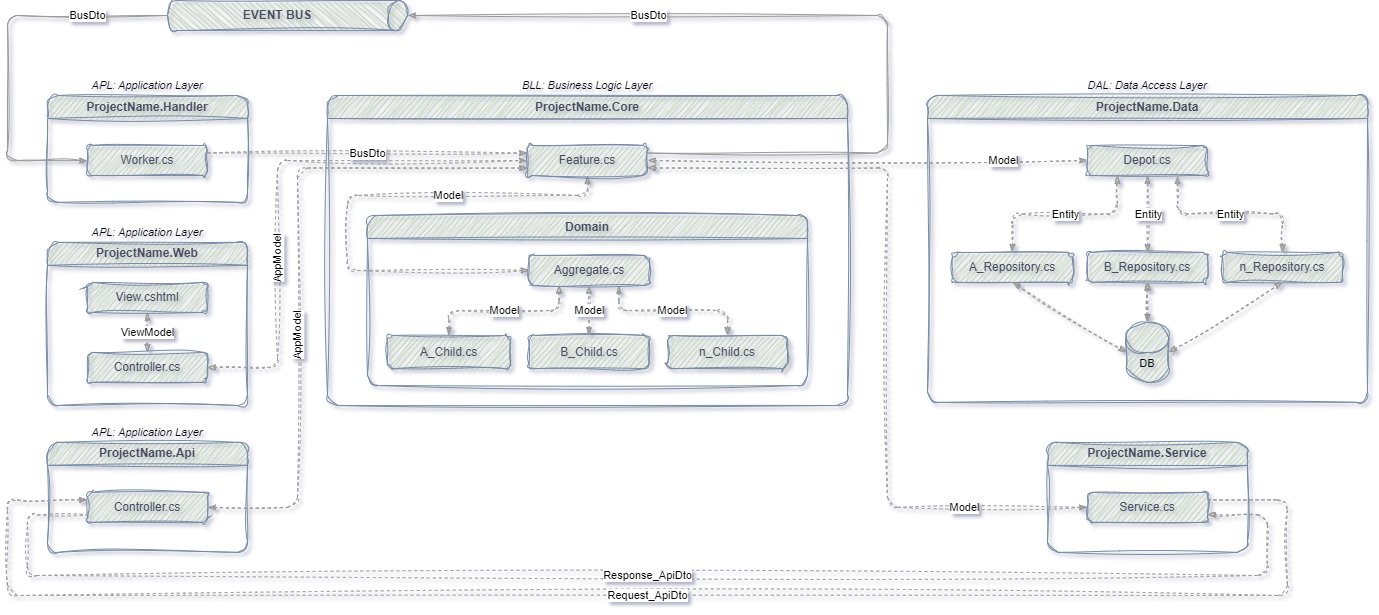
Earlier version of the draw.io export docs/SolutionArchitecture.png (iDoctor1977/MicroServicesTemplate). Source tidied: cells renumbered, new cells last; positions are measured from the earlier drawing's top-left corner, leaving out a move shared by most shapes.
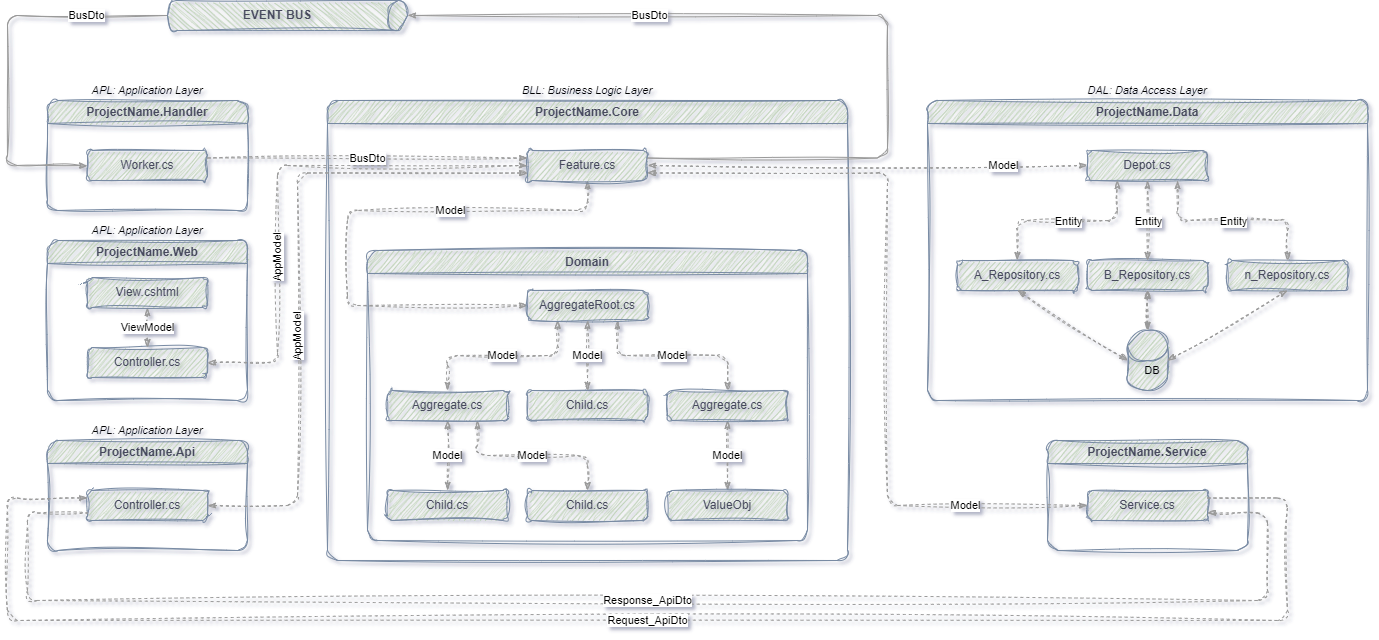
The same file after the commit.

Change to the diagram source:
```diff
@@ -5,3 +5,3 @@
     <mxCell id="2" value="ProjectName.Handler" style="swimlane;whiteSpace=wrap;html=1;fillColor=#B2C9AB;strokeColor=#788AA3;labelBackgroundColor=none;fontColor=#46495D;rounded=1;fontFamily=Helvetica;sketch=1;curveFitting=1;jiggle=2;" parent="1" vertex="1">
-      <mxGeometry x="40" y="95" width="200" height="106.9" as="geometry" />
+      <mxGeometry x="-640" y="135" width="200" height="110" as="geometry" />
     </mxCell>
@@ -11,3 +11,3 @@
     <mxCell id="4" value="ProjectName.Core" style="swimlane;whiteSpace=wrap;html=1;labelBackgroundColor=none;fillColor=#B2C9AB;strokeColor=#788AA3;fontColor=#46495D;rounded=1;fontFamily=Helvetica;sketch=1;curveFitting=1;jiggle=2;" parent="1" vertex="1">
-      <mxGeometry x="320" y="95" width="520" height="310" as="geometry" />
+      <mxGeometry x="-360" y="135" width="520" height="460" as="geometry" />
     </mxCell>
@@ -16,5 +16,5 @@
         <Array as="points">
-          <mxPoint x="260" y="100" />
-          <mxPoint x="20" y="100" />
-          <mxPoint x="20" y="175" />
+          <mxPoint x="260" y="110" />
+          <mxPoint x="20" y="110" />
+          <mxPoint x="20" y="205" />
         </Array>
@@ -29,3 +29,3 @@
     <mxCell id="8" value="Domain" style="swimlane;whiteSpace=wrap;html=1;fillColor=#B2C9AB;strokeColor=#788AA3;labelBackgroundColor=none;fontColor=#46495D;rounded=1;fontFamily=Helvetica;align=center;labelPosition=center;verticalLabelPosition=middle;verticalAlign=middle;spacingLeft=0;swimlaneLine=1;sketch=1;curveFitting=1;jiggle=2;" parent="4" vertex="1">
-      <mxGeometry x="40" y="120" width="440" height="170" as="geometry" />
+      <mxGeometry x="40" y="150" width="440" height="290" as="geometry" />
     </mxCell>
@@ -37,13 +37,22 @@
     </mxCell>
-    <mxCell id="11" value="Aggregate.cs" style="rounded=1;whiteSpace=wrap;html=1;labelBackgroundColor=none;fillColor=#B2C9AB;strokeColor=#788AA3;fontColor=#46495D;fillStyle=auto;fontFamily=Helvetica;sketch=1;curveFitting=1;jiggle=2;" parent="8" vertex="1">
-      <mxGeometry x="161.5" y="40" width="120" height="30" as="geometry" />
+    <mxCell id="11" value="AggregateRoot.cs" style="rounded=1;whiteSpace=wrap;html=1;labelBackgroundColor=none;fillColor=#B2C9AB;strokeColor=#788AA3;fontColor=#46495D;fillStyle=auto;fontFamily=Helvetica;sketch=1;curveFitting=1;jiggle=2;" parent="8" vertex="1">
+      <mxGeometry x="160" y="40" width="120" height="30" as="geometry" />
     </mxCell>
-    <mxCell id="12" value="B_Child.cs" style="rounded=1;whiteSpace=wrap;html=1;labelBackgroundColor=none;fillColor=#B2C9AB;strokeColor=#788AA3;fontColor=#46495D;fontFamily=Helvetica;sketch=1;curveFitting=1;jiggle=2;" parent="8" vertex="1">
-      <mxGeometry x="161.5" y="120" width="120" height="33.1" as="geometry" />
+    <mxCell id="12" value="Child.cs" style="rounded=1;whiteSpace=wrap;html=1;labelBackgroundColor=none;fillColor=#B2C9AB;strokeColor=#788AA3;fontColor=#46495D;fontFamily=Helvetica;sketch=1;curveFitting=1;jiggle=2;" parent="8" vertex="1">
+      <mxGeometry x="160" y="140" width="120" height="30" as="geometry" />
     </mxCell>
+    <mxCell id="58" value="Model" style="edgeStyle=orthogonalEdgeStyle;shape=connector;rounded=1;jettySize=auto;html=1;dashed=1;labelBackgroundColor=default;strokeColor=#999999;align=center;verticalAlign=middle;fontFamily=Helvetica;fontSize=11;fontColor=default;startArrow=classicThin;startFill=1;endArrow=classicThin;endFill=1;sketch=1;curveFitting=1;jiggle=2;" parent="8" edge="1" source="13" target="63">
+      <mxGeometry relative="1" as="geometry" />
+    </mxCell>
-    <mxCell id="13" value="n_Child.cs" style="rounded=1;whiteSpace=wrap;html=1;labelBackgroundColor=none;fillColor=#B2C9AB;strokeColor=#788AA3;fontColor=#46495D;fontFamily=Helvetica;sketch=1;curveFitting=1;jiggle=2;" parent="8" vertex="1">
-      <mxGeometry x="300" y="120" width="120" height="33.1" as="geometry" />
+    <mxCell id="13" value="Aggregate.cs" style="rounded=1;whiteSpace=wrap;html=1;labelBackgroundColor=none;fillColor=#B2C9AB;strokeColor=#788AA3;fontColor=#46495D;fontFamily=Helvetica;sketch=1;curveFitting=1;jiggle=2;" parent="8" vertex="1">
+      <mxGeometry x="300" y="140" width="120" height="30" as="geometry" />
     </mxCell>
+    <mxCell id="59" value="Model" style="edgeStyle=orthogonalEdgeStyle;shape=connector;rounded=1;jettySize=auto;html=1;dashed=1;labelBackgroundColor=default;strokeColor=#999999;align=center;verticalAlign=middle;fontFamily=Helvetica;fontSize=11;fontColor=default;startArrow=classicThin;startFill=1;endArrow=classicThin;endFill=1;sketch=1;curveFitting=1;jiggle=2;" parent="8" edge="1" source="14" target="61">
+      <mxGeometry relative="1" as="geometry" />
+    </mxCell>
+    <mxCell id="60" value="Model" style="edgeStyle=orthogonalEdgeStyle;shape=connector;rounded=1;jettySize=auto;html=1;exitX=0.75;exitY=1;exitDx=0;exitDy=0;entryX=0.5;entryY=0;entryDx=0;entryDy=0;dashed=1;labelBackgroundColor=default;strokeColor=#999999;align=center;verticalAlign=middle;fontFamily=Helvetica;fontSize=11;fontColor=default;startArrow=classicThin;startFill=1;endArrow=classicThin;endFill=1;sketch=1;curveFitting=1;jiggle=2;" parent="8" edge="1" source="14" target="62">
+      <mxGeometry relative="1" as="geometry" />
+    </mxCell>
-    <mxCell id="14" value="A_Child.cs" style="rounded=1;whiteSpace=wrap;html=1;labelBackgroundColor=none;fillColor=#B2C9AB;strokeColor=#788AA3;fontColor=#46495D;fontFamily=Helvetica;sketch=1;curveFitting=1;jiggle=2;" parent="8" vertex="1">
-      <mxGeometry x="20" y="120" width="123" height="33.1" as="geometry" />
+    <mxCell id="14" value="Aggregate.cs" style="rounded=1;whiteSpace=wrap;html=1;labelBackgroundColor=none;fillColor=#B2C9AB;strokeColor=#788AA3;fontColor=#46495D;fontFamily=Helvetica;sketch=1;curveFitting=1;jiggle=2;" parent="8" vertex="1">
+      <mxGeometry x="20" y="140" width="120" height="30" as="geometry" />
     </mxCell>
@@ -52,4 +61,13 @@
     </mxCell>
+    <mxCell id="61" value="Child.cs" style="rounded=1;whiteSpace=wrap;html=1;labelBackgroundColor=none;fillColor=#B2C9AB;strokeColor=#788AA3;fontColor=#46495D;fontFamily=Helvetica;sketch=1;curveFitting=1;jiggle=2;" parent="8" vertex="1">
+      <mxGeometry x="20" y="240" width="120" height="30" as="geometry" />
+    </mxCell>
+    <mxCell id="62" value="Child.cs" style="rounded=1;whiteSpace=wrap;html=1;labelBackgroundColor=none;fillColor=#B2C9AB;strokeColor=#788AA3;fontColor=#46495D;fontFamily=Helvetica;sketch=1;curveFitting=1;jiggle=2;" parent="8" vertex="1">
+      <mxGeometry x="160" y="240" width="120" height="30" as="geometry" />
+    </mxCell>
+    <mxCell id="63" value="ValueObj" style="rounded=1;whiteSpace=wrap;html=1;labelBackgroundColor=none;fillColor=#B2C9AB;strokeColor=#788AA3;fontColor=#46495D;fontFamily=Helvetica;sketch=1;curveFitting=1;jiggle=2;" parent="8" vertex="1">
+      <mxGeometry x="300" y="240" width="120" height="30" as="geometry" />
+    </mxCell>
     <mxCell id="16" value="ProjectName.Data" style="swimlane;whiteSpace=wrap;html=1;labelBackgroundColor=none;fillColor=#B2C9AB;strokeColor=#788AA3;fontColor=#46495D;rounded=1;fontFamily=Helvetica;sketch=1;curveFitting=1;jiggle=2;" parent="1" vertex="1">
-      <mxGeometry x="920" y="95" width="440" height="306.9" as="geometry" />
+      <mxGeometry x="240" y="135" width="440" height="300" as="geometry" />
     </mxCell>
@@ -59,9 +77,9 @@
     <mxCell id="18" value="B_Repository.cs" style="rounded=1;whiteSpace=wrap;html=1;labelBackgroundColor=none;fillColor=#B2C9AB;strokeColor=#788AA3;fontColor=#46495D;fontFamily=Helvetica;sketch=1;curveFitting=1;jiggle=2;" parent="16" vertex="1">
-      <mxGeometry x="160" y="156.9" width="120" height="30" as="geometry" />
+      <mxGeometry x="160" y="160" width="120" height="30" as="geometry" />
     </mxCell>
     <mxCell id="19" value="n_Repository.cs" style="rounded=1;whiteSpace=wrap;html=1;labelBackgroundColor=none;fillColor=#B2C9AB;strokeColor=#788AA3;fontColor=#46495D;fontFamily=Helvetica;sketch=1;curveFitting=1;jiggle=2;" parent="16" vertex="1">
-      <mxGeometry x="295" y="156.9" width="120" height="30" as="geometry" />
+      <mxGeometry x="300" y="160" width="120" height="30" as="geometry" />
     </mxCell>
     <mxCell id="20" value="A_Repository.cs" style="rounded=1;whiteSpace=wrap;html=1;labelBackgroundColor=none;fillColor=#B2C9AB;strokeColor=#788AA3;fontColor=#46495D;fontFamily=Helvetica;sketch=1;curveFitting=1;jiggle=2;" parent="16" vertex="1">
-      <mxGeometry x="25" y="156.9" width="120" height="30" as="geometry" />
+      <mxGeometry x="30" y="160" width="120" height="30" as="geometry" />
     </mxCell>
@@ -71,3 +89,3 @@
     <mxCell id="22" style="shape=cylinder3;whiteSpace=wrap;html=1;boundedLbl=1;backgroundOutline=1;size=15;fontFamily=Helvetica;fontSize=11;fontColor=#46495D;labelBackgroundColor=none;fillColor=#B2C9AB;strokeColor=#788AA3;rounded=1;sketch=1;curveFitting=1;jiggle=2;" parent="16" vertex="1">
-      <mxGeometry x="198.8" y="226.9" width="42.5" height="60" as="geometry" />
+      <mxGeometry x="200" y="230" width="40" height="60" as="geometry" />
     </mxCell>
@@ -101,3 +119,3 @@
     <mxCell id="32" value="DB" style="text;strokeColor=none;align=center;fillColor=none;html=1;verticalAlign=middle;whiteSpace=wrap;rounded=1;fontSize=11;fontFamily=Helvetica;fontColor=default;sketch=1;curveFitting=1;jiggle=2;" parent="16" vertex="1">
-      <mxGeometry x="205" y="256.9" width="30" height="23.1" as="geometry" />
+      <mxGeometry x="210" y="260" width="30" height="20" as="geometry" />
     </mxCell>
@@ -106,4 +124,4 @@
         <Array as="points">
-          <mxPoint x="0.1" y="15" />
-          <mxPoint x="0.1" y="160" />
+          <mxPoint x="-680" y="50" />
+          <mxPoint x="-680" y="200" />
         </Array>
@@ -112,9 +130,9 @@
     <mxCell id="34" style="shape=cylinder3;whiteSpace=wrap;html=1;boundedLbl=1;backgroundOutline=1;size=9.499999999999886;strokeColor=#788AA3;fontColor=#46495D;fillColor=#B2C9AB;direction=south;rounded=1;fontFamily=Helvetica;sketch=1;curveFitting=1;jiggle=2;" parent="1" vertex="1">
-      <mxGeometry x="160" width="240" height="30" as="geometry" />
+      <mxGeometry x="-520" y="35" width="240" height="30" as="geometry" />
     </mxCell>
     <mxCell id="35" value="&lt;b&gt;EVENT BUS&lt;/b&gt;" style="text;html=1;strokeColor=none;fillColor=none;align=center;verticalAlign=middle;whiteSpace=wrap;rounded=1;fontColor=#46495D;glass=0;shadow=0;fontFamily=Helvetica;sketch=1;curveFitting=1;jiggle=2;" parent="1" vertex="1">
-      <mxGeometry x="230" width="80" height="30" as="geometry" />
+      <mxGeometry x="-450" y="35" width="80" height="30" as="geometry" />
     </mxCell>
     <mxCell id="36" value="&lt;font&gt;ProjectName.Service&lt;/font&gt;" style="swimlane;whiteSpace=wrap;html=1;labelBackgroundColor=none;fillColor=#B2C9AB;strokeColor=#788AA3;fontColor=#46495D;rounded=1;fontFamily=Helvetica;sketch=1;curveFitting=1;jiggle=2;" parent="1" vertex="1">
-      <mxGeometry x="1040" y="441.9" width="200" height="110" as="geometry" />
+      <mxGeometry x="360" y="475" width="200" height="110" as="geometry" />
     </mxCell>
@@ -125,4 +143,4 @@
       <mxGeometry relative="1" as="geometry">
-        <mxPoint x="1280" y="446.9" as="sourcePoint" />
-        <mxPoint x="1280" y="446.9" as="targetPoint" />
+        <mxPoint x="600" y="481.9" as="sourcePoint" />
+        <mxPoint x="600" y="481.9" as="targetPoint" />
       </mxGeometry>
@@ -130,6 +148,6 @@
     <mxCell id="39" value="ProjectName.Web" style="swimlane;whiteSpace=wrap;html=1;fillColor=#B2C9AB;strokeColor=#788AA3;labelBackgroundColor=none;fontColor=#46495D;rounded=1;fontFamily=Helvetica;sketch=1;curveFitting=1;jiggle=2;" parent="1" vertex="1">
-      <mxGeometry x="40" y="241.9" width="200" height="163.1" as="geometry" />
+      <mxGeometry x="-640" y="275" width="200" height="160" as="geometry" />
     </mxCell>
     <mxCell id="40" value="Controller.cs" style="rounded=1;whiteSpace=wrap;html=1;labelBackgroundColor=none;fillColor=#B2C9AB;strokeColor=#788AA3;fontColor=#46495D;fontFamily=Helvetica;sketch=1;curveFitting=1;jiggle=2;" parent="39" vertex="1">
-      <mxGeometry x="40" y="110" width="120" height="30" as="geometry" />
+      <mxGeometry x="40" y="107" width="120" height="30" as="geometry" />
     </mxCell>
@@ -139,3 +157,3 @@
     <mxCell id="42" value="View.cshtml" style="rounded=1;whiteSpace=wrap;html=1;labelBackgroundColor=none;fillColor=#B2C9AB;strokeColor=#788AA3;fontColor=#46495D;fontFamily=Helvetica;sketch=1;curveFitting=1;jiggle=2;" parent="39" vertex="1">
-      <mxGeometry x="40" y="40" width="120" height="30" as="geometry" />
+      <mxGeometry x="40" y="37" width="120" height="30" as="geometry" />
     </mxCell>
@@ -147,4 +165,4 @@
         <Array as="points">
-          <mxPoint x="880" y="168" />
-          <mxPoint x="880" y="507" />
+          <mxPoint x="200" y="207" />
+          <mxPoint x="200" y="540" />
         </Array>
@@ -153,3 +171,3 @@
     <mxCell id="45" value="ProjectName.Api" style="swimlane;whiteSpace=wrap;html=1;fillColor=#B2C9AB;strokeColor=#788AA3;labelBackgroundColor=none;fontColor=#46495D;rounded=1;fontFamily=Helvetica;sketch=1;curveFitting=1;jiggle=2;" parent="1" vertex="1">
-      <mxGeometry x="40" y="441.9" width="200" height="110" as="geometry" />
+      <mxGeometry x="-640" y="475" width="200" height="110" as="geometry" />
     </mxCell>
@@ -164,4 +182,4 @@
         <Array as="points">
-          <mxPoint x="270" y="367" />
-          <mxPoint x="270" y="160" />
+          <mxPoint x="-410" y="397" />
+          <mxPoint x="-410" y="200" />
         </Array>
@@ -172,4 +190,5 @@
         <Array as="points">
-          <mxPoint x="290" y="507" />
-          <mxPoint x="290" y="168" />
+          <mxPoint x="-390" y="540" />
+          <mxPoint x="-390" y="208" />
+          <mxPoint x="-160" y="208" />
         </Array>
@@ -177,9 +196,9 @@
     </mxCell>
-    <mxCell id="50" value="Request_ApiDto" style="edgeStyle=orthogonalEdgeStyle;shape=connector;rounded=1;jettySize=auto;html=1;exitX=1;exitY=0.25;exitDx=0;exitDy=0;entryX=0;entryY=0.25;entryDx=0;entryDy=0;dashed=1;labelBackgroundColor=default;strokeColor=#999999;align=center;verticalAlign=middle;fontFamily=Helvetica;fontSize=11;fontColor=default;startArrow=none;startFill=0;endArrow=classicThin;endFill=1;sketch=1;curveFitting=1;jiggle=2;" parent="1" edge="1" source="37" target="46">
+    <mxCell id="50" value="Request_ApiDto" style="edgeStyle=orthogonalEdgeStyle;shape=connector;rounded=1;jettySize=auto;html=1;dashed=1;labelBackgroundColor=default;strokeColor=#999999;align=center;verticalAlign=middle;fontFamily=Helvetica;fontSize=11;fontColor=default;startArrow=none;startFill=0;endArrow=classicThin;endFill=1;exitX=1;exitY=0.25;exitDx=0;exitDy=0;entryX=0;entryY=0.25;entryDx=0;entryDy=0;sketch=1;curveFitting=1;jiggle=2;" parent="1" edge="1" source="37" target="46">
       <mxGeometry relative="1" as="geometry">
         <Array as="points">
-          <mxPoint x="1280" y="499" />
-          <mxPoint x="1280" y="595" />
-          <mxPoint y="595" />
-          <mxPoint y="499" />
+          <mxPoint x="600" y="533" />
+          <mxPoint x="600" y="655" />
+          <mxPoint x="-680" y="655" />
+          <mxPoint x="-680" y="533" />
         </Array>
@@ -190,6 +209,6 @@
         <Array as="points">
-          <mxPoint x="1260" y="514" />
-          <mxPoint x="1260" y="575" />
-          <mxPoint x="20" y="575" />
-          <mxPoint x="20" y="514" />
+          <mxPoint x="580" y="548" />
+          <mxPoint x="580" y="635" />
+          <mxPoint x="-660" y="635" />
+          <mxPoint x="-660" y="548" />
         </Array>
@@ -198,9 +217,9 @@
     <mxCell id="52" value="BLL:&amp;nbsp;Business Logic Layer" style="text;strokeColor=none;align=center;fillColor=none;html=1;verticalAlign=middle;whiteSpace=wrap;rounded=1;fontSize=11;fontFamily=Helvetica;fontColor=default;fontStyle=2;sketch=1;curveFitting=1;jiggle=2;" parent="1" vertex="1">
-      <mxGeometry x="360" y="75" width="440" height="20" as="geometry" />
+      <mxGeometry x="-320" y="115" width="440" height="20" as="geometry" />
     </mxCell>
     <mxCell id="53" value="DAL:&amp;nbsp;Data Access Layer" style="text;strokeColor=none;align=center;fillColor=none;html=1;verticalAlign=middle;whiteSpace=wrap;rounded=1;fontSize=11;fontFamily=Helvetica;fontColor=default;fontStyle=2;sketch=1;curveFitting=1;jiggle=2;" parent="1" vertex="1">
-      <mxGeometry x="920" y="75" width="440" height="20" as="geometry" />
+      <mxGeometry x="240" y="115" width="440" height="20" as="geometry" />
     </mxCell>
     <mxCell id="54" value="APL:&amp;nbsp;Application Layer" style="text;strokeColor=none;align=center;fillColor=none;html=1;verticalAlign=middle;whiteSpace=wrap;rounded=1;fontSize=11;fontFamily=Helvetica;fontColor=default;fontStyle=2;sketch=1;curveFitting=1;jiggle=2;" parent="1" vertex="1">
-      <mxGeometry x="40" y="221.9" width="200" height="20" as="geometry" />
+      <mxGeometry x="-640" y="255" width="200" height="20" as="geometry" />
     </mxCell>
@@ -209,4 +228,4 @@
         <Array as="points">
-          <mxPoint x="880" y="153" />
-          <mxPoint x="880" y="15" />
+          <mxPoint x="200" y="192" />
+          <mxPoint x="200" y="50" />
         </Array>
@@ -215,6 +234,6 @@
     <mxCell id="56" value="APL:&amp;nbsp;Application Layer" style="text;strokeColor=none;align=center;fillColor=none;html=1;verticalAlign=middle;whiteSpace=wrap;rounded=1;fontSize=11;fontFamily=Helvetica;fontColor=default;fontStyle=2;sketch=1;curveFitting=1;jiggle=2;" parent="1" vertex="1">
-      <mxGeometry x="40" y="421.9" width="200" height="20" as="geometry" />
+      <mxGeometry x="-640" y="455" width="200" height="20" as="geometry" />
     </mxCell>
     <mxCell id="57" value="APL:&amp;nbsp;Application Layer" style="text;strokeColor=none;align=center;fillColor=none;html=1;verticalAlign=middle;whiteSpace=wrap;rounded=1;fontSize=11;fontFamily=Helvetica;fontColor=default;fontStyle=2;sketch=1;curveFitting=1;jiggle=2;" parent="1" vertex="1">
-      <mxGeometry x="40" y="75" width="200" height="20" as="geometry" />
+      <mxGeometry x="-640" y="115" width="200" height="20" as="geometry" />
     </mxCell>
```
